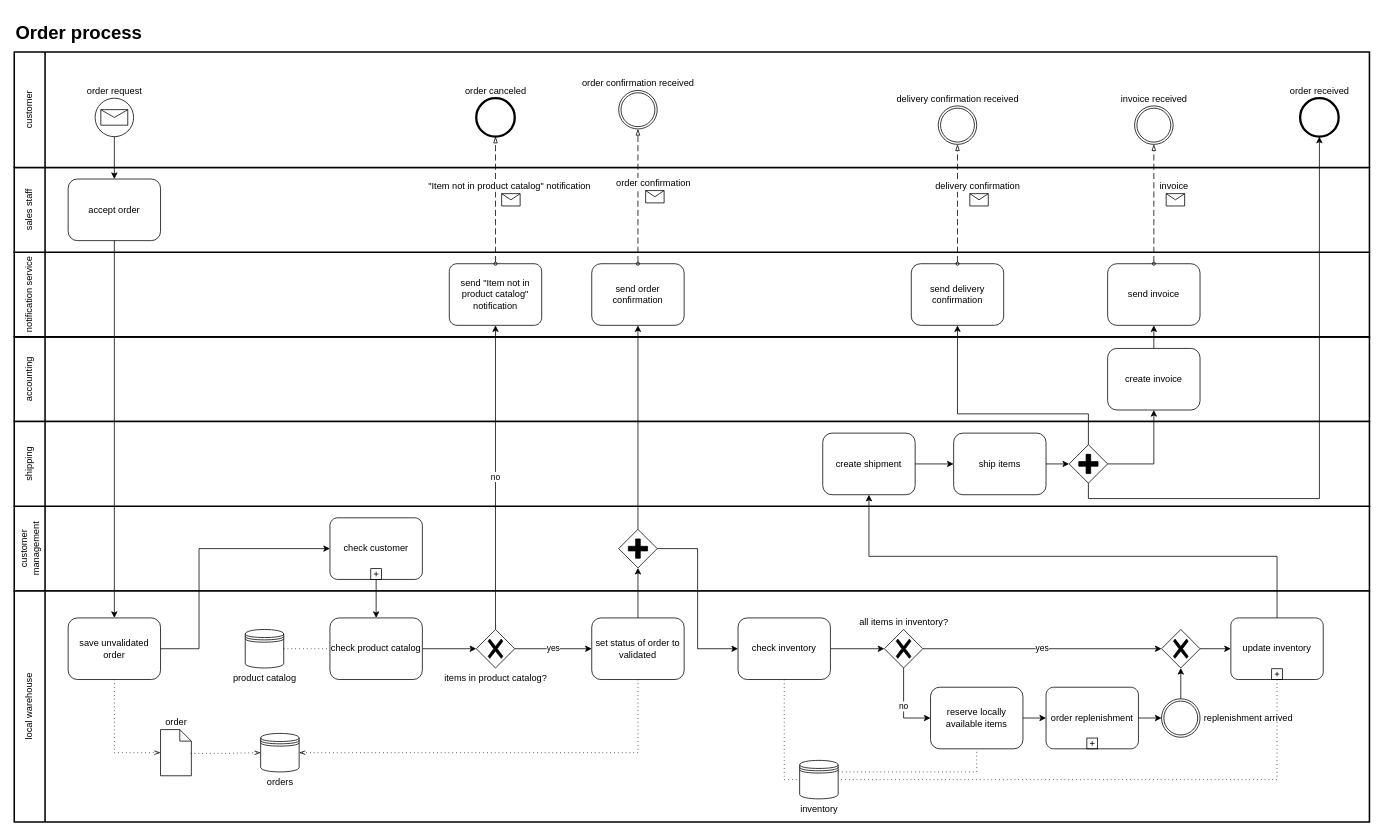
This is documentation/src/docs/asciidoc/diagrams/order_process_bpmn.drawio from davidohnee/swda, a draw.io file, before an edit. Source tidied: cells renumbered, new cells numbered last; positions are measured from the earlier drawing's top-left corner, leaving out a move shared by most shapes. Both pictures are drawn from the tidied source at 77%, with x=0, y=0 at pixel (14, 13).
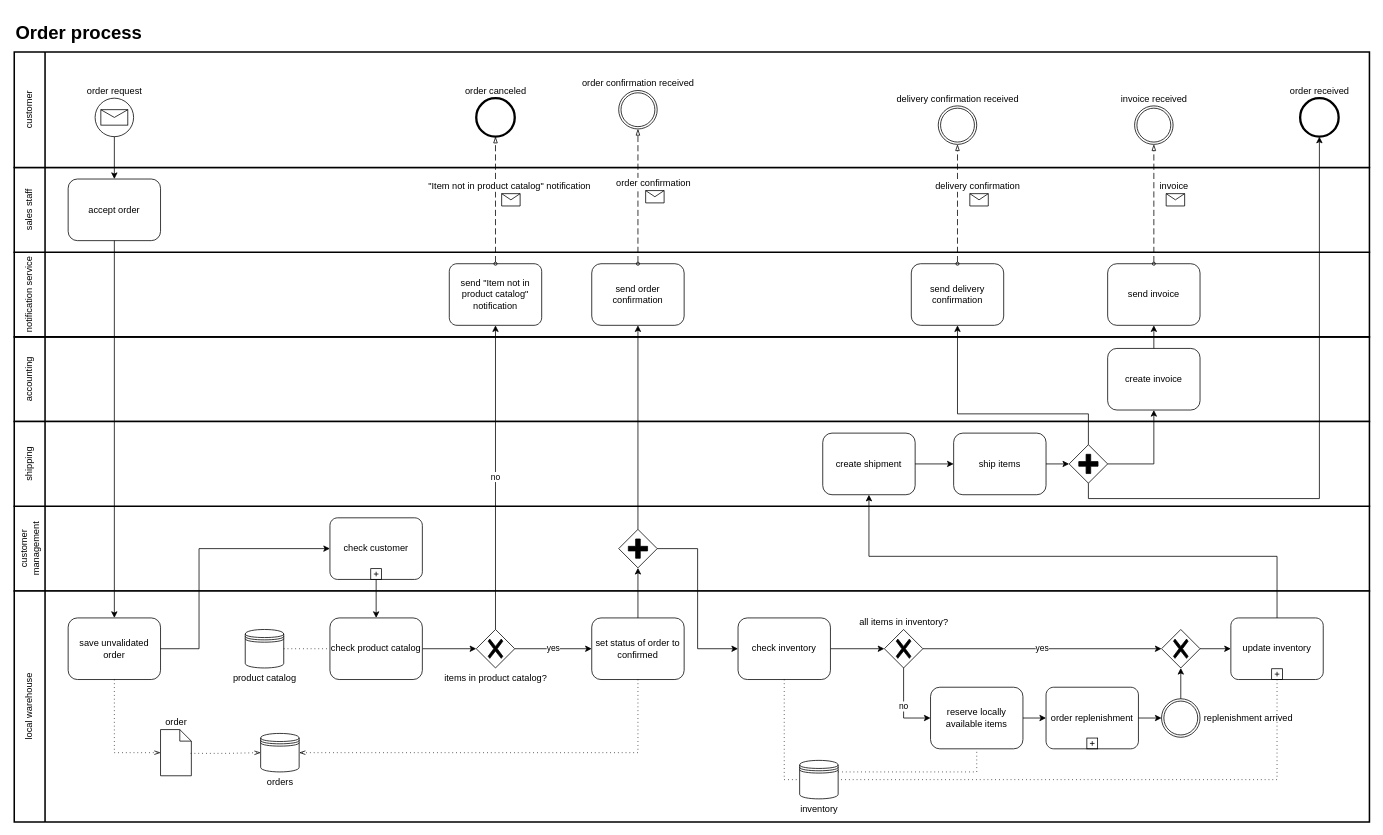
Above is the later version.

Commit message (it also covers changes not shown here):
update microservice diagram

The change refers to these unchanged cells:
```xml
<mxCell id="18" value="local warehouse" style="swimlane;html=1;startSize=40;fontStyle=0;horizontal=0;swimlaneLine=1;swimlaneFillColor=#ffffff;strokeWidth=2;whiteSpace=wrap;" parent="1" vertex="1">
  <mxGeometry y="750" width="1760" height="300" as="geometry" />
</mxCell>
```

Diff of the diagram source:
```diff
@@
-    <mxCell id="19" value="set status of order to validated" style="shape=ext;rounded=1;html=1;whiteSpace=wrap;" parent="18" vertex="1">
+    <mxCell id="19" value="set status of order to confirmed" style="shape=ext;rounded=1;html=1;whiteSpace=wrap;" parent="18" vertex="1">
       <mxGeometry x="750" y="35" width="120" height="80" as="geometry" />
     </mxCell>
```
